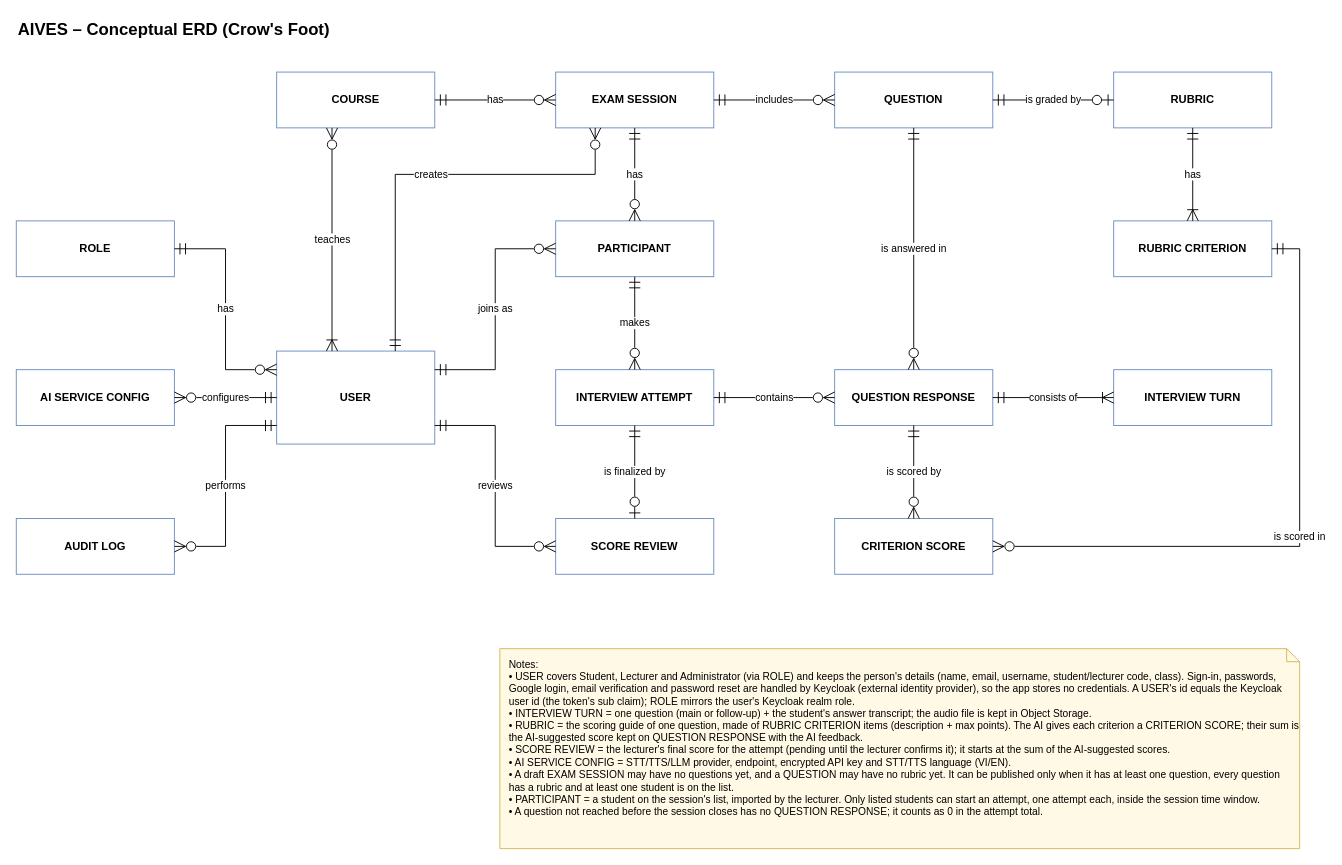
The draw.io diagram docs/ConceptualERD.drawio in KhangTDse/ai-oral-exam-api, before the edit. Source tidied: cells renumbered, new cells numbered last; positions are measured from the earlier drawing's top-left corner, leaving out a move shared by most shapes. Both pictures are drawn from the tidied source at 93%, with x=0, y=0 at pixel (16, 16).
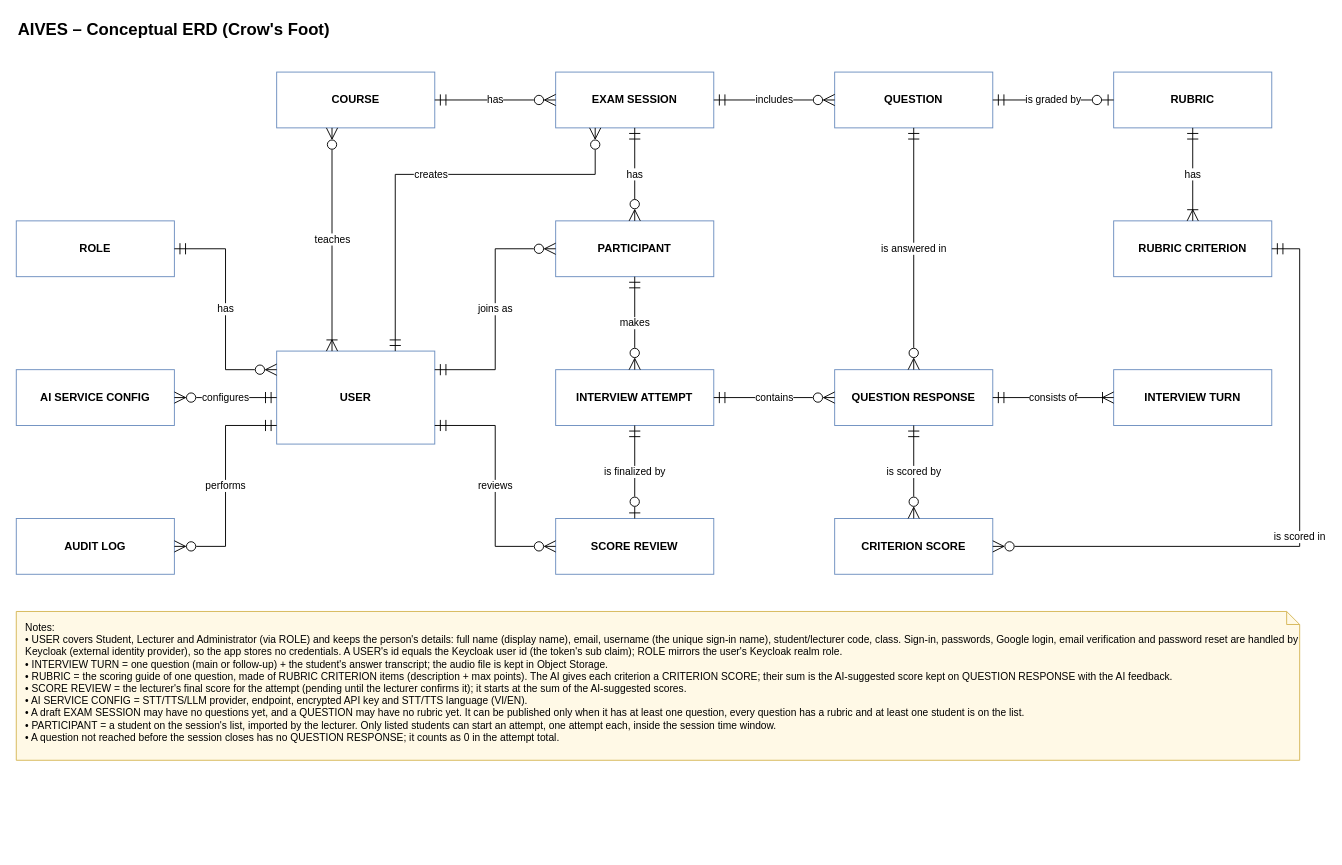
After the change.

The edit, as a diff of the source:
```diff
@@
-    <mxCell id="37" value="Notes:&lt;br&gt;• USER covers Student, Lecturer and Administrator (via ROLE) and keeps the person's details (name, email, username, student/lecturer code, class). Sign-in, passwords, Google login, email verification and password reset are handled by Keycloak (external identity provider), so the app stores no credentials. A USER's id equals the Keycloak user id (the token's sub claim); ROLE mirrors the user's Keycloak realm role.&lt;br&gt;• INTERVIEW TURN = one question (main or follow-up) + the student's answer transcript; the audio file is kept in Object Storage.&lt;br&gt;• RUBRIC = the scoring guide of one question, made of RUBRIC CRITERION items (description + max points). The AI gives each criterion a CRITERION SCORE; their sum is the AI-suggested score kept on QUESTION RESPONSE with the AI feedback.&lt;br&gt;• SCORE REVIEW = the lecturer's final score for the attempt (pending until the lecturer confirms it); it starts at the sum of the AI-suggested scores.&lt;br&gt;• AI SERVICE CONFIG = STT/TTS/LLM provider, endpoint, encrypted API key and STT/TTS language (VI/EN).&lt;br&gt;• A draft EXAM SESSION may have no questions yet, and a QUESTION may have no rubric yet. It can be published only when it has at least one question, every question has a rubric and at least one student is on the list.&lt;br&gt;• PARTICIPANT = a student on the session's list, imported by the lecturer. Only listed students can start an attempt, one attempt each, inside the session time window.&lt;br&gt;• A question not reached before the session closes has no QUESTION RESPONSE; it counts as 0 in the attempt total." style="shape=note;whiteSpace=wrap;html=1;size=14;align=left;verticalAlign=top;spacingLeft=8;spacingTop=4;fillColor=#FFF9E6;strokeColor=#D6B656;fontSize=11;" parent="1" vertex="1">
-      <mxGeometry x="520" y="680" width="860" height="215" as="geometry" />
+    <mxCell id="37" value="Notes:&lt;br&gt;• USER covers Student, Lecturer and Administrator (via ROLE) and keeps the person's details: full name (display name), email, username (the unique sign-in name), student/lecturer code, class. Sign-in, passwords, Google login, email verification and password reset are handled by Keycloak (external identity provider), so the app stores no credentials. A USER's id equals the Keycloak user id (the token's sub claim); ROLE mirrors the user's Keycloak realm role.&lt;br&gt;• INTERVIEW TURN = one question (main or follow-up) + the student's answer transcript; the audio file is kept in Object Storage.&lt;br&gt;• RUBRIC = the scoring guide of one question, made of RUBRIC CRITERION items (description + max points). The AI gives each criterion a CRITERION SCORE; their sum is the AI-suggested score kept on QUESTION RESPONSE with the AI feedback.&lt;br&gt;• SCORE REVIEW = the lecturer's final score for the attempt (pending until the lecturer confirms it); it starts at the sum of the AI-suggested scores.&lt;br&gt;• AI SERVICE CONFIG = STT/TTS/LLM provider, endpoint, encrypted API key and STT/TTS language (VI/EN).&lt;br&gt;• A draft EXAM SESSION may have no questions yet, and a QUESTION may have no rubric yet. It can be published only when it has at least one question, every question has a rubric and at least one student is on the list.&lt;br&gt;• PARTICIPANT = a student on the session's list, imported by the lecturer. Only listed students can start an attempt, one attempt each, inside the session time window.&lt;br&gt;• A question not reached before the session closes has no QUESTION RESPONSE; it counts as 0 in the attempt total." style="shape=note;whiteSpace=wrap;html=1;size=14;align=left;verticalAlign=top;spacingLeft=8;spacingTop=4;fillColor=#FFF9E6;strokeColor=#D6B656;fontSize=11;" parent="1" vertex="1">
+      <mxGeometry y="640" width="1380" height="160" as="geometry" />
     </mxCell>
```
